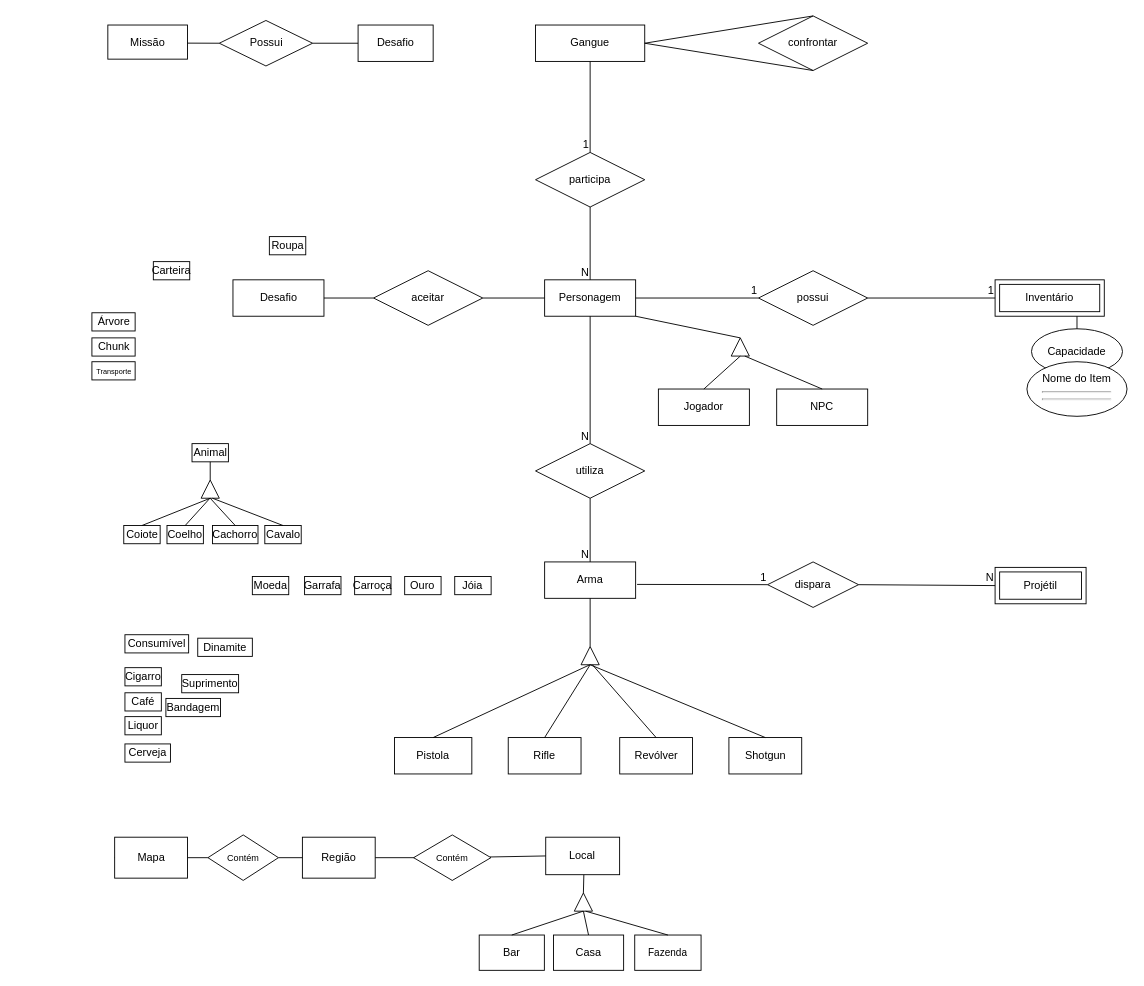
This is assets/img/Untitled Diagram.drawio from SBD1/2024.1-Red_Dead_Redemption2, a draw.io file, before an edit. Source tidied: cells renumbered, new cells numbered last; positions are measured from the earlier drawing's top-left corner, leaving out a move shared by most shapes. Both pictures are drawn from the tidied source at 91%, with x=0, y=0 at pixel (92, 15).
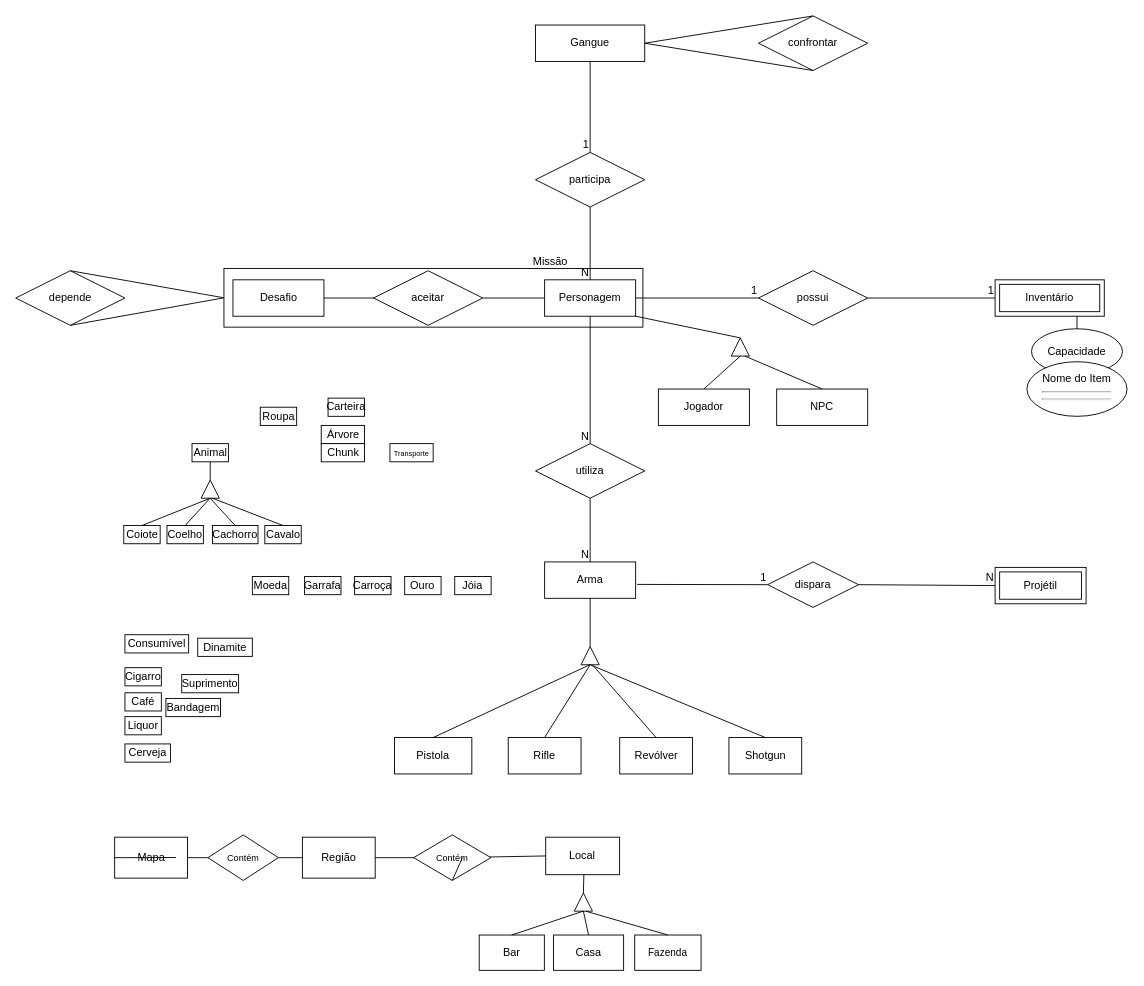
After the change.

The edit, as a diff of the source:
```diff
@@
+    <mxCell id="106" style="group;" parent="1" vertex="1">
+      <mxGeometry x="144.6" y="252" width="498.8" height="90" as="geometry" />
+    </mxCell>
+    <mxCell id="107" style="rounded=0;whiteSpace=wrap;html=1;" parent="106" vertex="1">
+      <mxGeometry y="25.5" width="460.4" height="64.5" as="geometry" />
+    </mxCell>
+    <mxCell id="21" value="Missão" style="text;html=1;align=center;verticalAlign=middle;strokeColor=none;fillColor=none;" parent="106" vertex="1">
+      <mxGeometry x="328.7" y="2.5" width="60" height="30" as="geometry" />
+    </mxCell>
@@
     <mxCell id="14" value="Carteira" style="whiteSpace=wrap;html=1;" parent="1" vertex="1">
-      <mxGeometry x="67" y="270" width="40" height="20" as="geometry" />
+      <mxGeometry x="259" y="420" width="40" height="20" as="geometry" />
     </mxCell>
@@
-    <mxCell id="21" value="Missão" style="whiteSpace=wrap;html=1;" parent="1" vertex="1">
-      <mxGeometry x="17" y="10" width="87.5" height="37.5" as="geometry" />
-    </mxCell>
-    <mxCell id="22" value="Desafio" style="whiteSpace=wrap;html=1;" parent="1" vertex="1">
-      <mxGeometry x="292" y="10" width="82.5" height="40" as="geometry" />
-    </mxCell>
     <mxCell id="23" value="Roupa" style="whiteSpace=wrap;html=1;" parent="1" vertex="1">
-      <mxGeometry x="194.5" y="242.5" width="40" height="20" as="geometry" />
+      <mxGeometry x="184.5" y="430" width="40" height="20" as="geometry" />
     </mxCell>
@@
     <mxCell id="34" value="Árvore" style="whiteSpace=wrap;html=1;align=center;" parent="1" vertex="1">
-      <mxGeometry x="-0.5" y="326.2" width="47.5" height="20" as="geometry" />
+      <mxGeometry x="251.5" y="450" width="47.5" height="20" as="geometry" />
     </mxCell>
     <mxCell id="35" value="Chunk" style="whiteSpace=wrap;html=1;align=center;" parent="1" vertex="1">
-      <mxGeometry x="-0.5" y="353.8" width="47.5" height="20" as="geometry" />
+      <mxGeometry x="251.5" y="470" width="47.5" height="20" as="geometry" />
     </mxCell>
     <mxCell id="36" value="&lt;font style=&quot;font-size: 8px;&quot;&gt;Transporte&lt;/font&gt;" style="whiteSpace=wrap;html=1;align=center;" parent="1" vertex="1">
-      <mxGeometry x="-0.5" y="380" width="47.5" height="20" as="geometry" />
+      <mxGeometry x="327" y="470" width="47.5" height="20" as="geometry" />
     </mxCell>
@@
-    <mxCell id="91" value="Possui" style="shape=rhombus;perimeter=rhombusPerimeter;whiteSpace=wrap;html=1;align=center;" parent="1" vertex="1">
-      <mxGeometry x="139.5" y="5" width="102.5" height="50" as="geometry" />
-    </mxCell>
@@
-    <mxCell id="94" style="endArrow=none;html=1;rounded=0;entryX=0;entryY=0.5;entryDx=0;entryDy=0;" parent="1" edge="1" target="22">
-      <mxGeometry relative="1" as="geometry">
-        <mxPoint x="242" y="30" as="sourcePoint" />
-      </mxGeometry>
-    </mxCell>
@@
-    <mxCell id="96" style="endArrow=none;html=1;rounded=0;entryX=0;entryY=0.5;entryDx=0;entryDy=0;" parent="1" edge="1" target="91">
-      <mxGeometry relative="1" as="geometry">
-        <mxPoint x="104.5" y="29.9" as="sourcePoint" />
-      </mxGeometry>
-    </mxCell>
-    <mxCell id="97" style="endArrow=none;html=1;rounded=0;entryX=0;entryY=0.5;entryDx=0;entryDy=0;" parent="1" edge="1" target="99">
-      <mxGeometry relative="1" as="geometry">
-        <mxPoint x="92" y="924.8" as="sourcePoint" />
-      </mxGeometry>
-    </mxCell>
+    <mxCell id="99" value="Mapa" style="whiteSpace=wrap;html=1;align=center;" parent="1" vertex="1">
+      <mxGeometry x="24.5" y="902.5" width="80" height="45" as="geometry" />
+    </mxCell>
+    <mxCell id="103" value="&lt;font style=&quot;font-size: 10px;&quot;&gt;Contém&lt;/font&gt;" style="shape=rhombus;perimeter=rhombusPerimeter;whiteSpace=wrap;html=1;align=center;" parent="1" vertex="1">
+      <mxGeometry x="353" y="900" width="85" height="50" as="geometry" />
+    </mxCell>
@@
-    <mxCell id="99" value="Mapa" style="whiteSpace=wrap;html=1;align=center;" parent="1" vertex="1">
-      <mxGeometry x="24.5" y="902.5" width="80" height="45" as="geometry" />
-    </mxCell>
@@
-    <mxCell id="101" style="endArrow=none;html=1;rounded=0;entryX=0.5;entryY=1;entryDx=0;entryDy=0;" parent="1" edge="1" target="103">
-      <mxGeometry relative="1" as="geometry">
-        <mxPoint x="406.8" y="924.8" as="sourcePoint" />
-      </mxGeometry>
-    </mxCell>
@@
-    <mxCell id="103" value="&lt;font style=&quot;font-size: 10px;&quot;&gt;Contém&lt;/font&gt;" style="shape=rhombus;perimeter=rhombusPerimeter;whiteSpace=wrap;html=1;align=center;" parent="1" vertex="1">
-      <mxGeometry x="353" y="900" width="85" height="50" as="geometry" />
-    </mxCell>
@@
+    <mxCell id="108" value="depende" style="shape=rhombus;perimeter=rhombusPerimeter;whiteSpace=wrap;html=1;align=center;" parent="1" vertex="1">
+      <mxGeometry x="-84.2" y="280" width="120" height="60" as="geometry" />
+    </mxCell>
+    <mxCell id="109" style="endArrow=none;html=1;rounded=0;entryX=0;entryY=0.5;entryDx=0;entryDy=0;exitX=0.5;exitY=0;exitDx=0;exitDy=0;" parent="1" edge="1" source="108" target="107">
+      <mxGeometry relative="1" as="geometry" />
+    </mxCell>
+    <mxCell id="110" style="endArrow=none;html=1;rounded=0;exitX=0.5;exitY=1;exitDx=0;exitDy=0;entryX=0;entryY=0.5;entryDx=0;entryDy=0;" parent="1" edge="1" source="108" target="107">
+      <mxGeometry relative="1" as="geometry" />
+    </mxCell>
+    <mxCell id="97" style="endArrow=none;html=1;rounded=0;entryX=0;entryY=0.5;entryDx=0;entryDy=0;" parent="1" edge="1" target="99">
+      <mxGeometry relative="1" as="geometry">
+        <mxPoint x="92" y="924.8" as="sourcePoint" />
+      </mxGeometry>
+    </mxCell>
+    <mxCell id="101" style="endArrow=none;html=1;rounded=0;entryX=0.5;entryY=1;entryDx=0;entryDy=0;" parent="1" edge="1" target="103">
+      <mxGeometry relative="1" as="geometry">
+        <mxPoint x="406.8" y="924.8" as="sourcePoint" />
+      </mxGeometry>
+    </mxCell>
```
